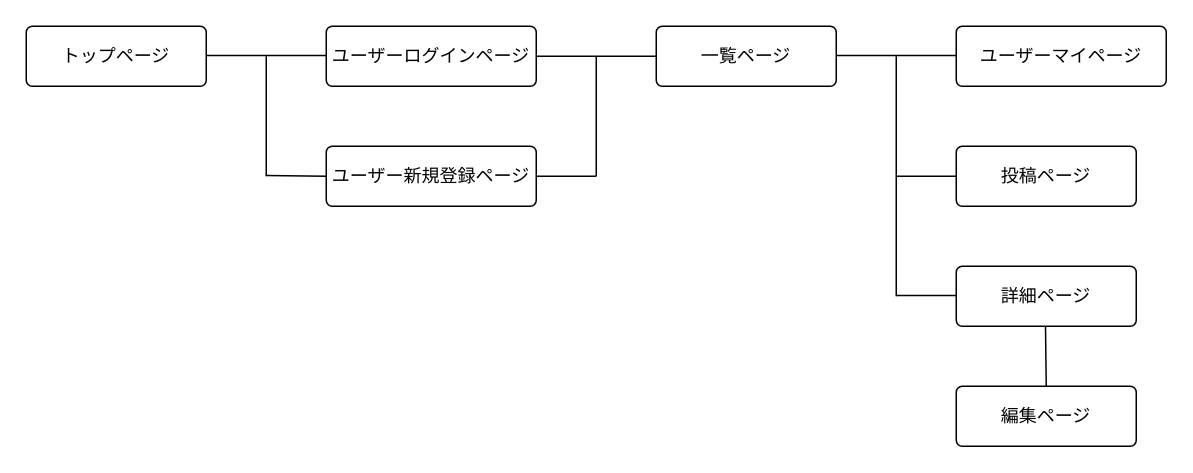
Earlier version of the draw.io diagram event.dio (lemon0922/sharehappy-38251). Source tidied: cells renumbered, new cells numbered last; positions are measured from the earlier drawing's top-left corner, leaving out a move shared by most shapes. Both pictures are drawn from the tidied source at 150%, with x=0, y=0 at pixel (26, 26).
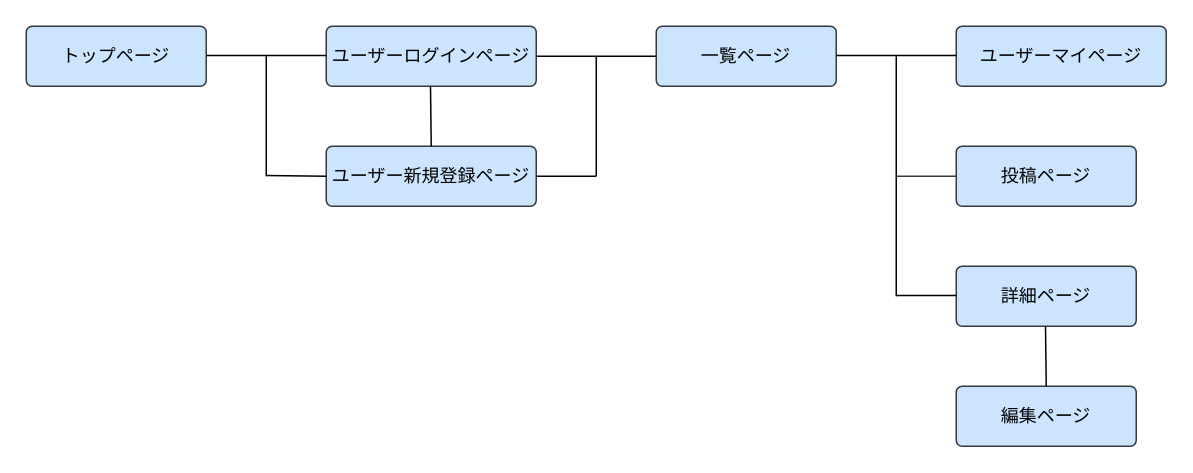
The same diagram, later.

Commit message (it also covers changes not shown here):
ER図の作成と画面遷移図の作成

What changed in the source:
```diff
@@
-    <mxCell id="2" value="トップページ" style="rounded=1;arcSize=10;whiteSpace=wrap;html=1;align=center;" parent="1" vertex="1">
+    <mxCell id="2" value="トップページ" style="rounded=1;arcSize=10;whiteSpace=wrap;html=1;align=center;fillColor=#cce5ff;strokeColor=#36393d;fontColor=#000000;" parent="1" vertex="1">
       <mxGeometry width="120" height="40" as="geometry" />
     </mxCell>
-    <mxCell id="3" value="ユーザーログインページ" style="rounded=1;arcSize=10;whiteSpace=wrap;html=1;align=center;" parent="1" vertex="1">
+    <mxCell id="3" value="ユーザーログインページ" style="rounded=1;arcSize=10;whiteSpace=wrap;html=1;align=center;fillColor=#cce5ff;strokeColor=#36393d;fontColor=#000000;" parent="1" vertex="1">
       <mxGeometry x="200" width="140" height="40" as="geometry" />
     </mxCell>
-    <mxCell id="4" value="ユーザー新規登録ページ" style="rounded=1;arcSize=10;whiteSpace=wrap;html=1;align=center;" parent="1" vertex="1">
+    <mxCell id="4" value="ユーザー新規登録ページ" style="rounded=1;arcSize=10;whiteSpace=wrap;html=1;align=center;fillColor=#cce5ff;strokeColor=#36393d;fontColor=#000000;" parent="1" vertex="1">
       <mxGeometry x="200" y="80" width="140" height="40" as="geometry" />
     </mxCell>
-    <mxCell id="5" value="一覧ページ" style="rounded=1;arcSize=10;whiteSpace=wrap;html=1;align=center;" parent="1" vertex="1">
+    <mxCell id="5" value="一覧ページ" style="rounded=1;arcSize=10;whiteSpace=wrap;html=1;align=center;fillColor=#cce5ff;strokeColor=#36393d;fontColor=#000000;" parent="1" vertex="1">
       <mxGeometry x="420" width="120" height="40" as="geometry" />
     </mxCell>
-    <mxCell id="6" style="endArrow=none;html=1;rounded=0;" parent="1" edge="1">
+    <mxCell id="6" style="endArrow=none;html=1;rounded=0;fontColor=#000000;" parent="1" edge="1">
       <mxGeometry relative="1" as="geometry">
         <mxPoint x="160" y="20" as="sourcePoint" />
         <mxPoint x="160" y="100" as="targetPoint" />
       </mxGeometry>
     </mxCell>
-    <mxCell id="7" style="endArrow=none;html=1;rounded=0;exitX=1;exitY=0.5;exitDx=0;exitDy=0;entryX=0;entryY=0.5;entryDx=0;entryDy=0;" parent="1" edge="1" source="3" target="5">
+    <mxCell id="7" style="endArrow=none;html=1;rounded=0;exitX=1;exitY=0.5;exitDx=0;exitDy=0;entryX=0;entryY=0.5;entryDx=0;entryDy=0;fontColor=#000000;" parent="1" edge="1" source="3" target="5">
       <mxGeometry relative="1" as="geometry" />
     </mxCell>
-    <mxCell id="8" value="ユーザーマイページ" style="rounded=1;arcSize=10;whiteSpace=wrap;html=1;align=center;" parent="1" vertex="1">
+    <mxCell id="8" value="ユーザーマイページ" style="rounded=1;arcSize=10;whiteSpace=wrap;html=1;align=center;fillColor=#cce5ff;strokeColor=#36393d;fontColor=#000000;" parent="1" vertex="1">
       <mxGeometry x="620" width="140" height="40" as="geometry" />
     </mxCell>
-    <mxCell id="9" value="投稿ページ" style="rounded=1;arcSize=10;whiteSpace=wrap;html=1;align=center;" parent="1" vertex="1">
+    <mxCell id="9" value="投稿ページ" style="rounded=1;arcSize=10;whiteSpace=wrap;html=1;align=center;fillColor=#cce5ff;strokeColor=#36393d;fontColor=#000000;" parent="1" vertex="1">
       <mxGeometry x="620" y="80" width="120" height="40" as="geometry" />
     </mxCell>
-    <mxCell id="10" value="詳細ページ" style="rounded=1;arcSize=10;whiteSpace=wrap;html=1;align=center;" parent="1" vertex="1">
+    <mxCell id="10" value="詳細ページ" style="rounded=1;arcSize=10;whiteSpace=wrap;html=1;align=center;fillColor=#cce5ff;strokeColor=#36393d;fontColor=#000000;" parent="1" vertex="1">
       <mxGeometry x="620" y="160" width="120" height="40" as="geometry" />
     </mxCell>
-    <mxCell id="11" value="編集ページ" style="rounded=1;arcSize=10;whiteSpace=wrap;html=1;align=center;" parent="1" vertex="1">
+    <mxCell id="11" value="編集ページ" style="rounded=1;arcSize=10;whiteSpace=wrap;html=1;align=center;fillColor=#cce5ff;strokeColor=#36393d;fontColor=#000000;" parent="1" vertex="1">
       <mxGeometry x="620" y="240" width="120" height="40" as="geometry" />
     </mxCell>
-    <mxCell id="12" style="endArrow=none;html=1;rounded=0;exitX=1;exitY=0.5;exitDx=0;exitDy=0;entryX=0;entryY=0.5;entryDx=0;entryDy=0;" parent="1" edge="1">
+    <mxCell id="12" style="endArrow=none;html=1;rounded=0;exitX=1;exitY=0.5;exitDx=0;exitDy=0;entryX=0;entryY=0.5;entryDx=0;entryDy=0;fontColor=#000000;" parent="1" edge="1">
       <mxGeometry relative="1" as="geometry">
         <mxPoint x="120" y="19.5" as="sourcePoint" />
         <mxPoint x="200" y="19.5" as="targetPoint" />
       </mxGeometry>
     </mxCell>
-    <mxCell id="13" style="endArrow=none;html=1;rounded=0;exitX=1;exitY=0.5;exitDx=0;exitDy=0;" parent="1" edge="1">
+    <mxCell id="13" style="endArrow=none;html=1;rounded=0;exitX=1;exitY=0.5;exitDx=0;exitDy=0;fontColor=#000000;" parent="1" edge="1">
       <mxGeometry relative="1" as="geometry">
         <mxPoint x="160" y="99.5" as="sourcePoint" />
         <mxPoint x="200" y="100" as="targetPoint" />
       </mxGeometry>
     </mxCell>
-    <mxCell id="14" style="endArrow=none;html=1;rounded=0;" parent="1" edge="1">
+    <mxCell id="14" style="endArrow=none;html=1;rounded=0;fontColor=#000000;" parent="1" edge="1">
       <mxGeometry relative="1" as="geometry">
         <mxPoint x="380" y="20" as="sourcePoint" />
         <mxPoint x="380" y="100" as="targetPoint" />
       </mxGeometry>
     </mxCell>
-    <mxCell id="15" style="endArrow=none;html=1;rounded=0;exitX=1;exitY=0.5;exitDx=0;exitDy=0;" parent="1" edge="1" source="4">
+    <mxCell id="15" style="endArrow=none;html=1;rounded=0;exitX=1;exitY=0.5;exitDx=0;exitDy=0;fontColor=#000000;" parent="1" edge="1" source="4">
       <mxGeometry relative="1" as="geometry">
         <mxPoint x="380" y="100" as="targetPoint" />
       </mxGeometry>
     </mxCell>
-    <mxCell id="16" style="endArrow=none;html=1;rounded=0;exitX=1;exitY=0.5;exitDx=0;exitDy=0;entryX=0;entryY=0.5;entryDx=0;entryDy=0;" parent="1" edge="1">
+    <mxCell id="16" style="endArrow=none;html=1;rounded=0;exitX=1;exitY=0.5;exitDx=0;exitDy=0;entryX=0;entryY=0.5;entryDx=0;entryDy=0;fontColor=#000000;" parent="1" edge="1">
       <mxGeometry relative="1" as="geometry">
         <mxPoint x="540" y="19.5" as="sourcePoint" />
         <mxPoint x="620" y="19.5" as="targetPoint" />
       </mxGeometry>
     </mxCell>
-    <mxCell id="17" style="endArrow=none;html=1;rounded=0;" parent="1" edge="1">
+    <mxCell id="17" style="endArrow=none;html=1;rounded=0;fontColor=#000000;" parent="1" edge="1">
       <mxGeometry relative="1" as="geometry">
         <mxPoint x="580" y="20" as="sourcePoint" />
         <mxPoint x="580" y="180" as="targetPoint" />
       </mxGeometry>
     </mxCell>
-    <mxCell id="18" style="endArrow=none;html=1;rounded=0;" parent="1" edge="1">
+    <mxCell id="18" style="endArrow=none;html=1;rounded=0;fontColor=#000000;fillColor=#cce5ff;strokeColor=#36393d;" parent="1" edge="1">
       <mxGeometry relative="1" as="geometry">
         <mxPoint x="580" y="100" as="sourcePoint" />
         <mxPoint x="620" y="100" as="targetPoint" />
       </mxGeometry>
     </mxCell>
-    <mxCell id="19" style="endArrow=none;html=1;rounded=0;exitX=1;exitY=0.5;exitDx=0;exitDy=0;" parent="1" edge="1">
+    <mxCell id="19" style="endArrow=none;html=1;rounded=0;exitX=1;exitY=0.5;exitDx=0;exitDy=0;fontColor=#000000;" parent="1" edge="1">
       <mxGeometry relative="1" as="geometry">
         <mxPoint x="580" y="179.5" as="sourcePoint" />
         <mxPoint x="620" y="179.5" as="targetPoint" />
       </mxGeometry>
     </mxCell>
-    <mxCell id="20" style="endArrow=none;html=1;rounded=0;" parent="1" edge="1">
+    <mxCell id="20" style="endArrow=none;html=1;rounded=0;fontColor=#000000;" parent="1" edge="1">
       <mxGeometry relative="1" as="geometry">
         <mxPoint x="679.5" y="200" as="sourcePoint" />
         <mxPoint x="680" y="240" as="targetPoint" />
       </mxGeometry>
     </mxCell>
+    <mxCell id="21" style="endArrow=none;html=1;rounded=0;fontColor=#000000;" parent="1" edge="1">
+      <mxGeometry relative="1" as="geometry">
+        <mxPoint x="269.5" y="40" as="sourcePoint" />
+        <mxPoint x="270" y="80" as="targetPoint" />
+      </mxGeometry>
+    </mxCell>
```
